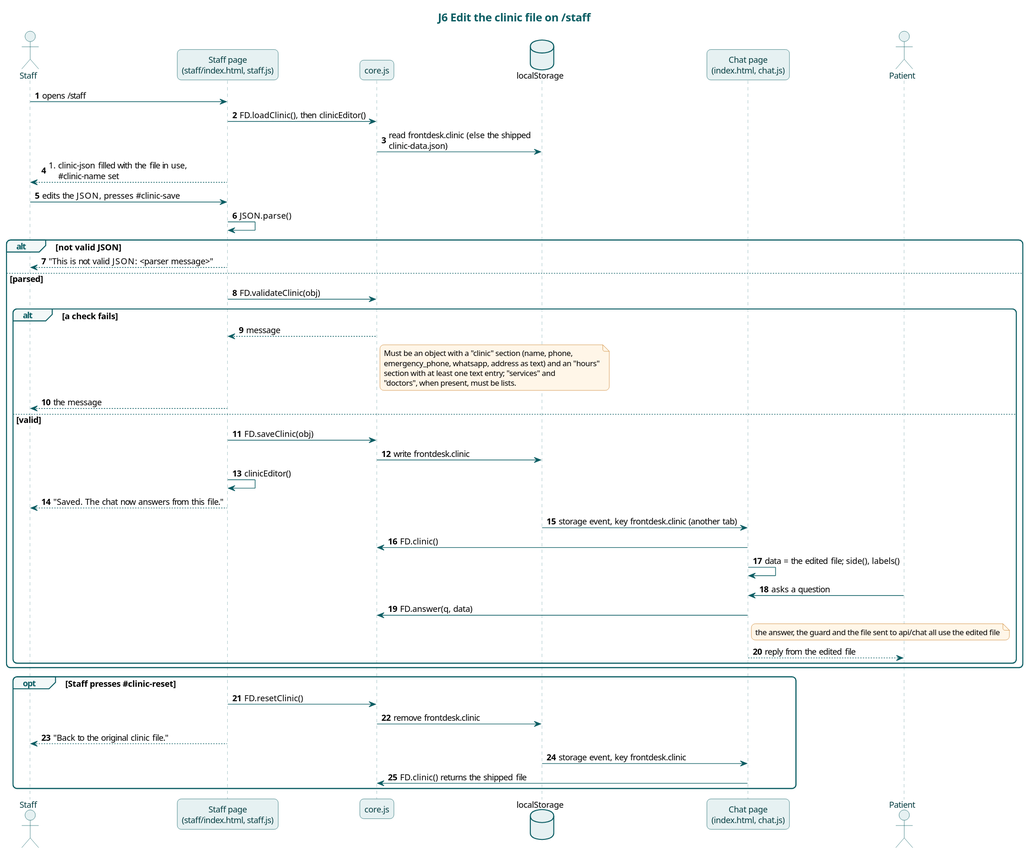
Earlier version of the PlantUML export docs/diagrams/j6-clinic-file-edit.svg (karwasanjay007/frontdesk-ai-docs). Its diagram source:
```plantuml
@startuml
!include style.iuml
title J6 Edit the clinic file on /staff
actor Staff
participant "Staff page\n(staff/index.html, staff.js)" as SP
participant "core.js" as Core
database "localStorage" as LS
participant "Chat page\n(index.html, chat.js)" as Chat
actor Patient
autonumber

Staff -> SP : opens /staff
SP -> Core : FD.loadClinic(), then clinicEditor()
Core -> LS : read frontdesk.clinic (else the shipped clinic-data.json)
SP --> Staff : #clinic-json filled with the file in use, #clinic-name set
Staff -> SP : edits the JSON, presses #clinic-save
SP -> SP : JSON.parse()
alt not valid JSON
  SP --> Staff : "This is not valid JSON: <parser message>"
else parsed
  SP -> Core : FD.validateClinic(obj)
  alt a check fails
    Core --> SP : message
    note right of Core
    Must be an object with a "clinic" section (name, phone,
    emergency_phone, whatsapp, address as text) and an "hours"
    section with at least one text entry; "services" and
    "doctors", when present, must be lists.
    end note
    SP --> Staff : the message
  else valid
    SP -> Core : FD.saveClinic(obj)
    Core -> LS : write frontdesk.clinic
    SP -> SP : clinicEditor()
    SP --> Staff : "Saved. The chat now answers from this file."
    LS -> Chat : storage event, key frontdesk.clinic (another tab)
    Chat -> Core : FD.clinic()
    Chat -> Chat : data = the edited file; side(), labels()
    Patient -> Chat : asks a question
    Chat -> Core : FD.answer(q, data)
    note right of Chat : the answer, the guard and the file sent to api/chat all use the edited file
    Chat --> Patient : reply from the edited file
  end
end
opt Staff presses #clinic-reset
  SP -> Core : FD.resetClinic()
  Core -> LS : remove frontdesk.clinic
  SP --> Staff : "Back to the original clinic file."
  LS -> Chat : storage event, key frontdesk.clinic
  Chat -> Core : FD.clinic() returns the shipped file
end
@enduml
```
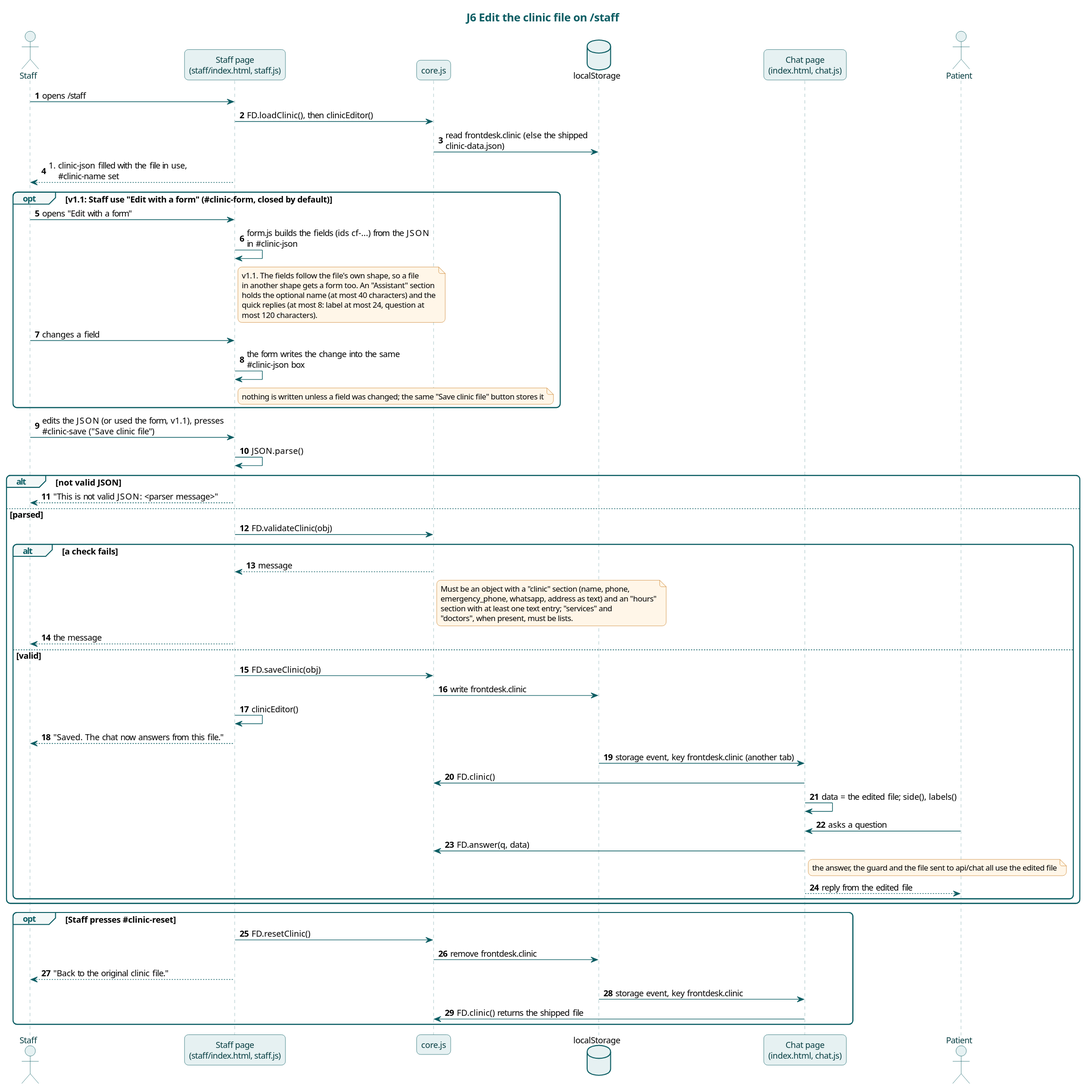
The same diagram one commit later.

Commit message:
Diagrams for version 1.1.0.0: data model with the assistant section and the human reply kind, the form in J6, new journey J8 ask for a person

The edit, as a diff of the source:
```diff
@@ -13,7 +13,21 @@
 SP -> Core : FD.loadClinic(), then clinicEditor()
 Core -> LS : read frontdesk.clinic (else the shipped clinic-data.json)
 SP --> Staff : #clinic-json filled with the file in use, #clinic-name set
-Staff -> SP : edits the JSON, presses #clinic-save
+opt v1.1: Staff use "Edit with a form" (#clinic-form, closed by default)
+  Staff -> SP : opens "Edit with a form"
+  SP -> SP : form.js builds the fields (ids cf-...) from the JSON in #clinic-json
+  note right of SP
+  v1.1. The fields follow the file's own shape, so a file
+  in another shape gets a form too. An "Assistant" section
+  holds the optional name (at most 40 characters) and the
+  quick replies (at most 8: label at most 24, question at
+  most 120 characters).
+  end note
+  Staff -> SP : changes a field
+  SP -> SP : the form writes the change into the same #clinic-json box
+  note right of SP : nothing is written unless a field was changed; the same "Save clinic file" button stores it
+end
+Staff -> SP : edits the JSON (or used the form, v1.1), presses #clinic-save ("Save clinic file")
 SP -> SP : JSON.parse()
 alt not valid JSON
   SP --> Staff : "This is not valid JSON: <parser message>"
```
